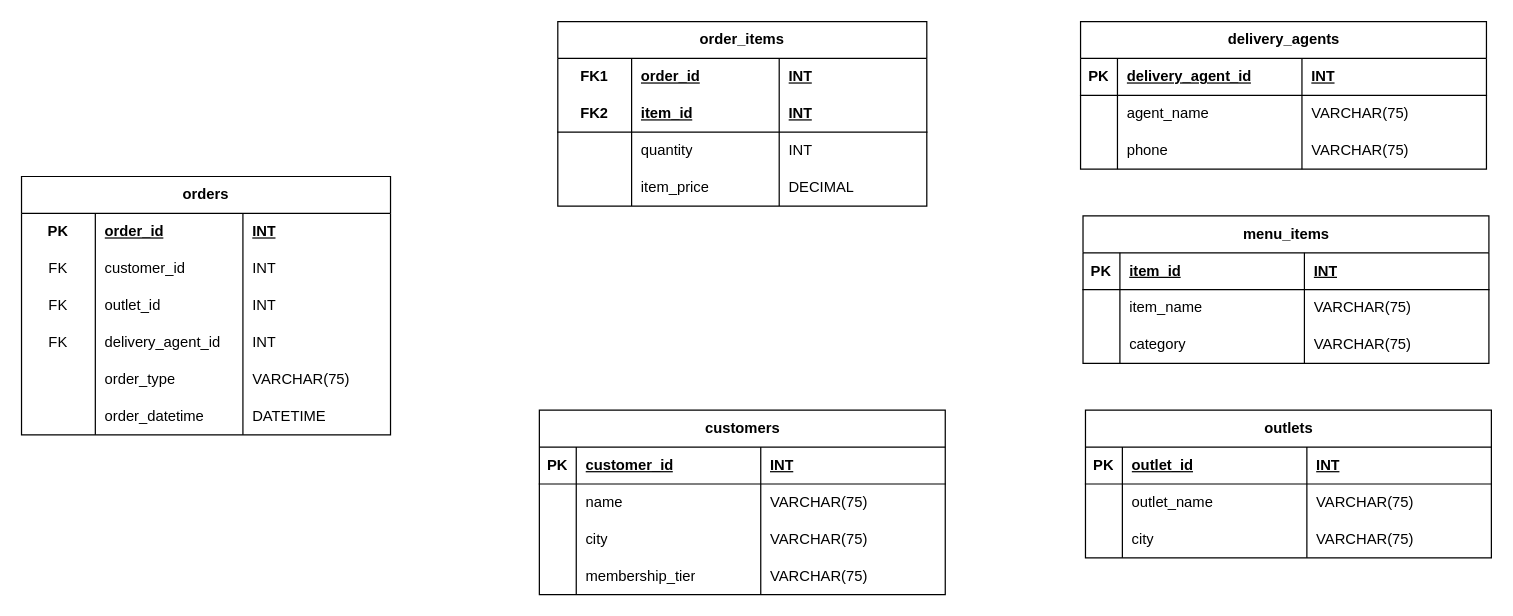
This is data_modelling/pizzago_data_model/pizzago_data_model.drawio from HariHaraChandar0715/Data_Warehouse_Learnings, a draw.io file, before an edit. Source tidied: cells renumbered, new cells numbered last; positions are measured from the earlier drawing's top-left corner, leaving out a move shared by most shapes. Both pictures are drawn from the tidied source at 123%, with x=0, y=0 at pixel (21, 21).
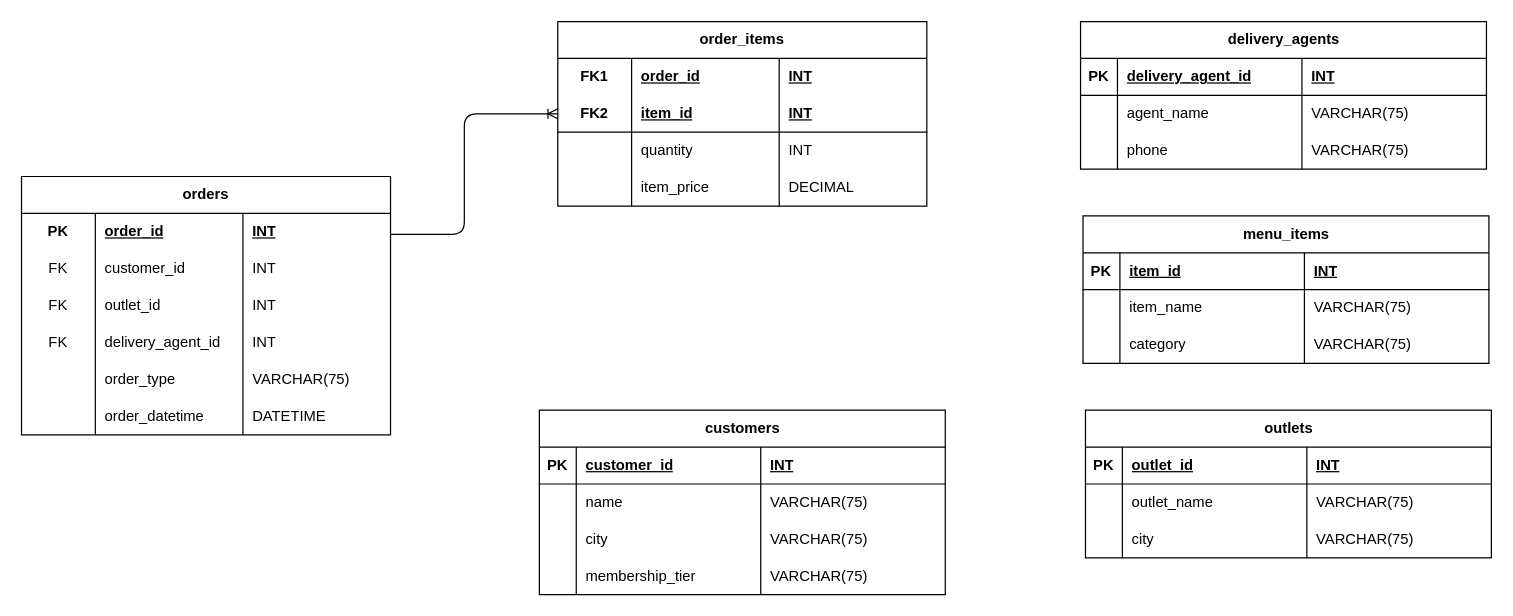
Above is the later version.

Commit message:
Added the relationships for the oltp data model

The change refers to these unchanged cells:
```xml
<mxCell id="88" style="shape=tableRow;horizontal=0;startSize=0;swimlaneHead=0;swimlaneBody=0;fillColor=none;points=[[0,0.5],[1,0.5]];portConstraint=eastwest;top=0;left=0;right=0;bottom=1;html=1;" parent="83" vertex="1">
  <mxGeometry y="60" width="300" height="30" as="geometry" />
</mxCell>
```

Change to the diagram source:
```diff
@@
+    <mxCell id="100" style="edgeStyle=orthogonalEdgeStyle;fontSize=12;html=1;endArrow=ERoneToMany;entryX=0;entryY=0.5;entryDx=0;entryDy=0;" parent="1" edge="1" target="88">
+      <mxGeometry relative="1" as="geometry">
+        <mxPoint x="300" y="173" as="sourcePoint" />
+        <Array as="points">
+          <mxPoint x="360" y="173" />
+          <mxPoint x="360" y="75" />
+        </Array>
+      </mxGeometry>
+    </mxCell>
```
